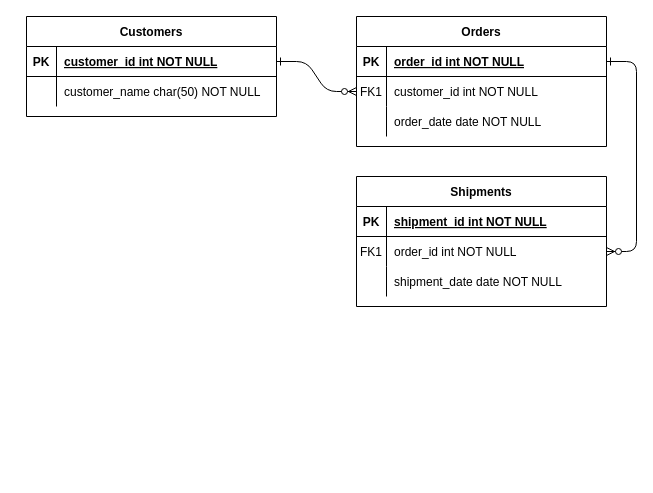
This is 企微助手迁移表定义.drawio from Auraliano/images, a draw.io file, before an edit. Source tidied: cells renumbered, new cells numbered last; positions are measured from the earlier drawing's top-left corner, leaving out a move shared by most shapes. Both pictures are drawn from the tidied source at 100%, with x=0, y=0 at pixel (26, 16).
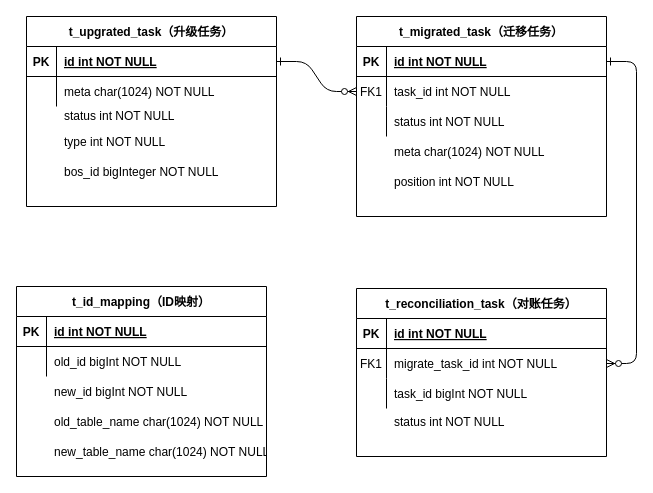
After the change.

Commit message:
更新企微助手迁移表定义.drawio

Unchanged cells that the change refers to:
```xml
<mxCell id="5" style="shape=partialRectangle;fillColor=none;points=[[0,0.5],[1,0.5]];portConstraint=eastwest;top=0;left=0;right=0;bottom=1;" parent="4" vertex="1">
  <mxGeometry y="30" width="250" height="30" as="geometry" />
</mxCell>
<mxCell id="8" style="shape=partialRectangle;fillColor=none;points=[[0,0.5],[1,0.5]];portConstraint=eastwest;top=0;left=0;right=0;bottom=0;" parent="4" vertex="1">
  <mxGeometry y="60" width="250" height="30" as="geometry" />
</mxCell>
<mxCell id="11" style="shape=partialRectangle;fillColor=none;top=0;left=0;right=0;bottom=0;" parent="4" vertex="1">
  <mxGeometry y="90" width="250" height="30" as="geometry" />
</mxCell>
<mxCell id="15" style="shape=partialRectangle;fillColor=none;top=0;left=0;right=0;bottom=1;" parent="14" vertex="1">
  <mxGeometry y="30" width="250" height="30" as="geometry" />
</mxCell>
<mxCell id="18" style="shape=partialRectangle;fillColor=none;points=[[0,0.5],[1,0.5]];portConstraint=eastwest;top=0;left=0;right=0;bottom=0;" parent="14" vertex="1">
  <mxGeometry y="60" width="250" height="30" as="geometry" />
</mxCell>
<mxCell id="21" style="shape=partialRectangle;fillColor=none;top=0;left=0;right=0;bottom=0;" parent="14" vertex="1">
  <mxGeometry y="90" width="250" height="30" as="geometry" />
</mxCell>
<mxCell id="25" style="shape=partialRectangle;fillColor=none;points=[[0,0.5],[1,0.5]];portConstraint=eastwest;top=0;left=0;right=0;bottom=1;" parent="24" vertex="1">
  <mxGeometry y="30" width="250" height="30" as="geometry" />
</mxCell>
<mxCell id="28" style="shape=partialRectangle;fillColor=none;top=0;left=0;right=0;bottom=0;" parent="24" vertex="1">
  <mxGeometry y="60" width="250" height="30" as="geometry" />
</mxCell>
```

Diff of the diagram source:
```diff
@@
-    <mxCell id="4" value="Orders" style="shape=table;startSize=30;childLayout=tableLayout;rowLines=0;fontStyle=1;align=center;" parent="1" vertex="1">
-      <mxGeometry x="330" width="250" height="130" as="geometry" />
+    <mxCell id="4" value="t_migrated_task（迁移任务）" style="shape=table;startSize=30;childLayout=tableLayout;rowLines=0;fontStyle=1;align=center;" parent="1" vertex="1">
+      <mxGeometry x="330" width="250" height="200" as="geometry" />
     </mxCell>
@@
-    <mxCell id="7" value="order_id int NOT NULL " style="shape=partialRectangle;overflow=hidden;fillColor=none;top=0;left=0;bottom=0;right=0;align=left;spacingLeft=6;fontStyle=5;" parent="5" vertex="1">
+    <mxCell id="7" value="id int NOT NULL " style="shape=partialRectangle;overflow=hidden;fillColor=none;top=0;left=0;bottom=0;right=0;align=left;spacingLeft=6;fontStyle=5;" parent="5" vertex="1">
       <mxGeometry x="30" width="220" height="30" as="geometry" />
     </mxCell>
@@
-    <mxCell id="10" value="customer_id int NOT NULL" style="shape=partialRectangle;overflow=hidden;fillColor=none;top=0;left=0;bottom=0;right=0;align=left;spacingLeft=6;" parent="8" vertex="1">
+    <mxCell id="10" value="task_id int NOT NULL" style="shape=partialRectangle;overflow=hidden;fillColor=none;top=0;left=0;bottom=0;right=0;align=left;spacingLeft=6;" parent="8" vertex="1">
       <mxGeometry x="30" width="220" height="30" as="geometry" />
     </mxCell>
@@
-    <mxCell id="13" value="order_date date NOT NULL" style="shape=partialRectangle;overflow=hidden;fillColor=none;top=0;left=0;bottom=0;right=0;align=left;spacingLeft=6;" parent="11" vertex="1">
+    <mxCell id="13" value="status int NOT NULL" style="shape=partialRectangle;overflow=hidden;fillColor=none;top=0;left=0;bottom=0;right=0;align=left;spacingLeft=6;" parent="11" vertex="1">
       <mxGeometry x="30" width="220" height="30" as="geometry" />
     </mxCell>
-    <mxCell id="14" value="Shipments" style="shape=table;startSize=30;childLayout=tableLayout;rowLines=0;fontStyle=1;align=center;" parent="1" vertex="1">
-      <mxGeometry x="330" y="160" width="250" height="130" as="geometry" />
+    <mxCell id="14" value="t_reconciliation_task（对账任务）" style="shape=table;startSize=30;childLayout=tableLayout;rowLines=0;fontStyle=1;align=center;" parent="1" vertex="1">
+      <mxGeometry x="330" y="272" width="250" height="168" as="geometry" />
     </mxCell>
@@
-    <mxCell id="17" value="shipment_id int NOT NULL " style="shape=partialRectangle;overflow=hidden;fillColor=none;top=0;left=0;bottom=0;right=0;align=left;spacingLeft=6;fontStyle=5;" parent="15" vertex="1">
+    <mxCell id="17" value="id int NOT NULL " style="shape=partialRectangle;overflow=hidden;fillColor=none;top=0;left=0;bottom=0;right=0;align=left;spacingLeft=6;fontStyle=5;" parent="15" vertex="1">
       <mxGeometry x="30" width="220" height="30" as="geometry" />
     </mxCell>
@@
-    <mxCell id="20" value="order_id int NOT NULL" style="shape=partialRectangle;overflow=hidden;fillColor=none;top=0;left=0;bottom=0;right=0;align=left;spacingLeft=6;" parent="18" vertex="1">
+    <mxCell id="20" value="migrate_task_id int NOT NULL" style="shape=partialRectangle;overflow=hidden;fillColor=none;top=0;left=0;bottom=0;right=0;align=left;spacingLeft=6;" parent="18" vertex="1">
       <mxGeometry x="30" width="220" height="30" as="geometry" />
     </mxCell>
@@
-    <mxCell id="23" value="shipment_date date NOT NULL" style="shape=partialRectangle;overflow=hidden;fillColor=none;top=0;left=0;bottom=0;right=0;align=left;spacingLeft=6;" parent="21" vertex="1">
+    <mxCell id="23" value="task_id bigInt NOT NULL" style="shape=partialRectangle;overflow=hidden;fillColor=none;top=0;left=0;bottom=0;right=0;align=left;spacingLeft=6;" parent="21" vertex="1">
       <mxGeometry x="30" width="220" height="30" as="geometry" />
     </mxCell>
-    <mxCell id="24" value="Customers" style="shape=table;startSize=30;childLayout=tableLayout;rowLines=0;fontStyle=1;align=center;" parent="1" vertex="1">
-      <mxGeometry width="250" height="100" as="geometry" />
+    <mxCell id="24" value="t_upgrated_task（升级任务）" style="shape=table;startSize=30;childLayout=tableLayout;rowLines=0;fontStyle=1;align=center;" parent="1" vertex="1">
+      <mxGeometry width="250" height="190" as="geometry" />
     </mxCell>
@@
-    <mxCell id="27" value="customer_id int NOT NULL " style="shape=partialRectangle;overflow=hidden;fillColor=none;top=0;left=0;bottom=0;right=0;align=left;spacingLeft=6;fontStyle=5;" parent="25" vertex="1">
+    <mxCell id="27" value="id int NOT NULL " style="shape=partialRectangle;overflow=hidden;fillColor=none;top=0;left=0;bottom=0;right=0;align=left;spacingLeft=6;fontStyle=5;" parent="25" vertex="1">
       <mxGeometry x="30" width="220" height="30" as="geometry" />
     </mxCell>
@@
-    <mxCell id="30" value="customer_name char(50) NOT NULL" style="shape=partialRectangle;overflow=hidden;fillColor=none;top=0;left=0;bottom=0;right=0;align=left;spacingLeft=6;" parent="28" vertex="1">
+    <mxCell id="30" value="meta char(1024) NOT NULL" style="shape=partialRectangle;overflow=hidden;fillColor=none;top=0;left=0;bottom=0;right=0;align=left;spacingLeft=6;" parent="28" vertex="1">
       <mxGeometry x="30" width="220" height="30" as="geometry" />
     </mxCell>
+    <mxCell id="31" value="status int NOT NULL" style="shape=partialRectangle;overflow=hidden;fillColor=none;top=0;left=0;bottom=0;right=0;align=left;spacingLeft=6;" parent="1" vertex="1">
+      <mxGeometry x="30" y="84" width="220" height="30" as="geometry" />
+    </mxCell>
+    <mxCell id="32" style="shape=partialRectangle;fillColor=none;top=0;left=0;right=0;bottom=0;" parent="1" vertex="1">
+      <mxGeometry x="330" y="120" width="250" height="30" as="geometry" />
+    </mxCell>
+    <mxCell id="33" style="shape=partialRectangle;overflow=hidden;fillColor=none;top=0;left=0;bottom=0;right=0;" parent="32" vertex="1">
+      <mxGeometry width="30" height="30" as="geometry" />
+    </mxCell>
+    <mxCell id="34" value="meta char(1024) NOT NULL" style="shape=partialRectangle;overflow=hidden;fillColor=none;top=0;left=0;bottom=0;right=0;align=left;spacingLeft=6;" parent="32" vertex="1">
+      <mxGeometry x="30" width="220" height="30" as="geometry" />
+    </mxCell>
+    <mxCell id="35" style="shape=partialRectangle;fillColor=none;top=0;left=0;right=0;bottom=0;" parent="1" vertex="1">
+      <mxGeometry y="110" width="250" height="30" as="geometry" />
+    </mxCell>
+    <mxCell id="36" style="shape=partialRectangle;overflow=hidden;fillColor=none;top=0;left=0;bottom=0;right=0;" parent="35" vertex="1">
+      <mxGeometry width="30" height="30" as="geometry" />
+    </mxCell>
+    <mxCell id="37" value="type int NOT NULL" style="shape=partialRectangle;overflow=hidden;fillColor=none;top=0;left=0;bottom=0;right=0;align=left;spacingLeft=6;" parent="35" vertex="1">
+      <mxGeometry x="30" width="220" height="30" as="geometry" />
+    </mxCell>
+    <mxCell id="38" style="shape=partialRectangle;fillColor=none;top=0;left=0;right=0;bottom=0;" parent="1" vertex="1">
+      <mxGeometry y="140" width="250" height="30" as="geometry" />
+    </mxCell>
+    <mxCell id="39" style="shape=partialRectangle;overflow=hidden;fillColor=none;top=0;left=0;bottom=0;right=0;" parent="38" vertex="1">
+      <mxGeometry width="30" height="30" as="geometry" />
+    </mxCell>
+    <mxCell id="40" value="bos_id bigInteger NOT NULL" style="shape=partialRectangle;overflow=hidden;fillColor=none;top=0;left=0;bottom=0;right=0;align=left;spacingLeft=6;" parent="38" vertex="1">
+      <mxGeometry x="30" width="220" height="30" as="geometry" />
+    </mxCell>
+    <mxCell id="41" value="status int NOT NULL" style="shape=partialRectangle;overflow=hidden;fillColor=none;top=0;left=0;bottom=0;right=0;align=left;spacingLeft=6;" parent="1" vertex="1">
+      <mxGeometry x="360" y="390" width="220" height="30" as="geometry" />
+    </mxCell>
+    <mxCell id="42" value="t_id_mapping（ID映射）" style="shape=table;startSize=30;childLayout=tableLayout;rowLines=0;fontStyle=1;align=center;" parent="1" vertex="1">
+      <mxGeometry x="-10" y="270" width="250" height="190" as="geometry" />
+    </mxCell>
+    <mxCell id="43" style="shape=partialRectangle;fillColor=none;top=0;left=0;right=0;bottom=1;" parent="42" vertex="1">
+      <mxGeometry y="30" width="250" height="30" as="geometry" />
+    </mxCell>
+    <mxCell id="44" value="PK" style="shape=partialRectangle;overflow=hidden;fillColor=none;top=0;left=0;bottom=0;right=0;fontStyle=1;" parent="43" vertex="1">
+      <mxGeometry width="30" height="30" as="geometry" />
+    </mxCell>
+    <mxCell id="45" value="id int NOT NULL " style="shape=partialRectangle;overflow=hidden;fillColor=none;top=0;left=0;bottom=0;right=0;align=left;spacingLeft=6;fontStyle=5;" parent="43" vertex="1">
+      <mxGeometry x="30" width="220" height="30" as="geometry" />
+    </mxCell>
+    <mxCell id="46" style="shape=partialRectangle;fillColor=none;top=0;left=0;right=0;bottom=0;" parent="42" vertex="1">
+      <mxGeometry y="60" width="250" height="30" as="geometry" />
+    </mxCell>
+    <mxCell id="47" style="shape=partialRectangle;overflow=hidden;fillColor=none;top=0;left=0;bottom=0;right=0;" parent="46" vertex="1">
+      <mxGeometry width="30" height="30" as="geometry" />
+    </mxCell>
+    <mxCell id="48" value="old_id bigInt NOT NULL" style="shape=partialRectangle;overflow=hidden;fillColor=none;top=0;left=0;bottom=0;right=0;align=left;spacingLeft=6;" parent="46" vertex="1">
+      <mxGeometry x="30" width="220" height="30" as="geometry" />
+    </mxCell>
+    <mxCell id="49" value="new_id bigInt NOT NULL" style="shape=partialRectangle;overflow=hidden;fillColor=none;top=0;left=0;bottom=0;right=0;align=left;spacingLeft=6;" parent="1" vertex="1">
+      <mxGeometry x="20" y="360" width="220" height="30" as="geometry" />
+    </mxCell>
+    <mxCell id="50" value="old_table_name char(1024) NOT NULL" style="shape=partialRectangle;overflow=hidden;fillColor=none;top=0;left=0;bottom=0;right=0;align=left;spacingLeft=6;" parent="1" vertex="1">
+      <mxGeometry x="20" y="390" width="220" height="30" as="geometry" />
+    </mxCell>
+    <mxCell id="51" value="new_table_name char(1024) NOT NULL" style="shape=partialRectangle;overflow=hidden;fillColor=none;top=0;left=0;bottom=0;right=0;align=left;spacingLeft=6;" parent="1" vertex="1">
+      <mxGeometry x="20" y="420" width="220" height="30" as="geometry" />
+    </mxCell>
+    <mxCell id="52" style="shape=partialRectangle;fillColor=none;top=0;left=0;right=0;bottom=0;" parent="1" vertex="1">
+      <mxGeometry x="330" y="150" width="250" height="30" as="geometry" />
+    </mxCell>
+    <mxCell id="53" style="shape=partialRectangle;overflow=hidden;fillColor=none;top=0;left=0;bottom=0;right=0;" parent="52" vertex="1">
+      <mxGeometry width="30" height="30" as="geometry" />
+    </mxCell>
+    <mxCell id="54" value="position int NOT NULL" style="shape=partialRectangle;overflow=hidden;fillColor=none;top=0;left=0;bottom=0;right=0;align=left;spacingLeft=6;" parent="52" vertex="1">
+      <mxGeometry x="30" width="220" height="30" as="geometry" />
+    </mxCell>
```
